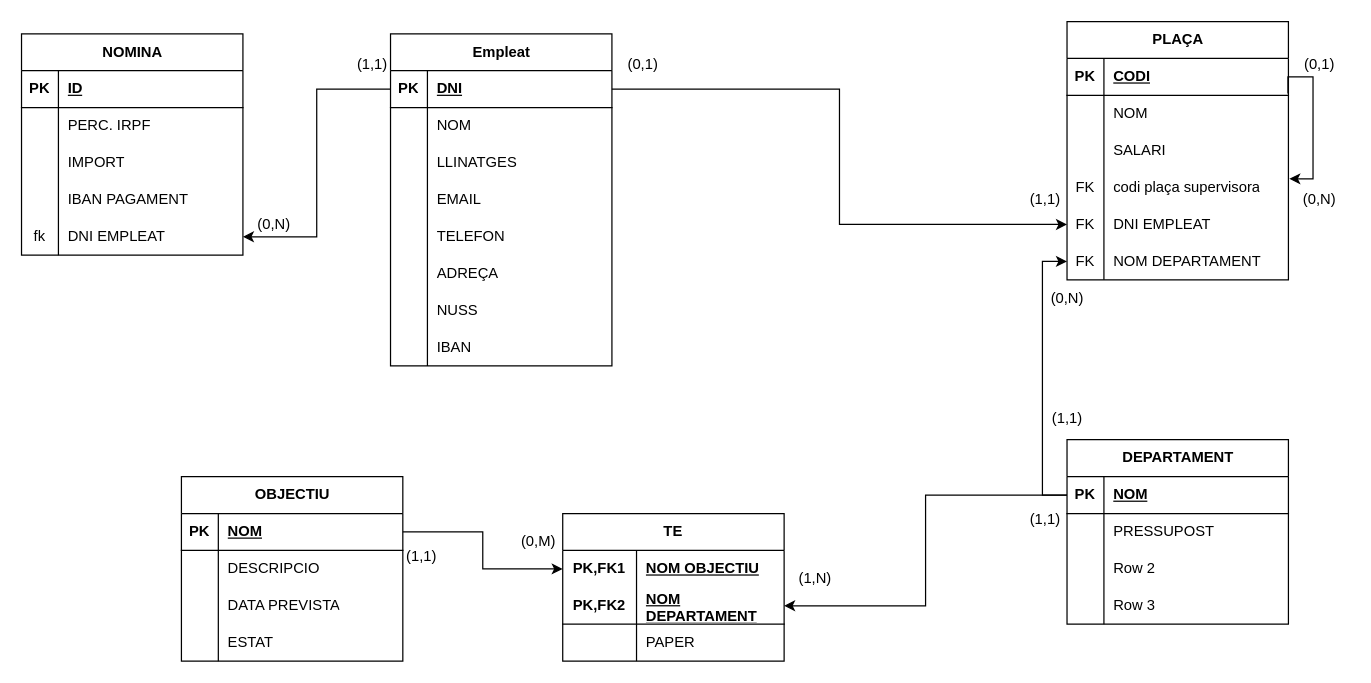
Shakespeare4/Classwork_1st_year keeps this draw.io diagram as Diagramas/relacional_plaça.drawio. Above is the earlier version. Source tidied: cells renumbered, new cells numbered last; positions are measured from the earlier drawing's top-left corner, leaving out a move shared by most shapes. Both pictures are drawn from the tidied source at 123%, with x=0, y=0 at pixel (21, 21).
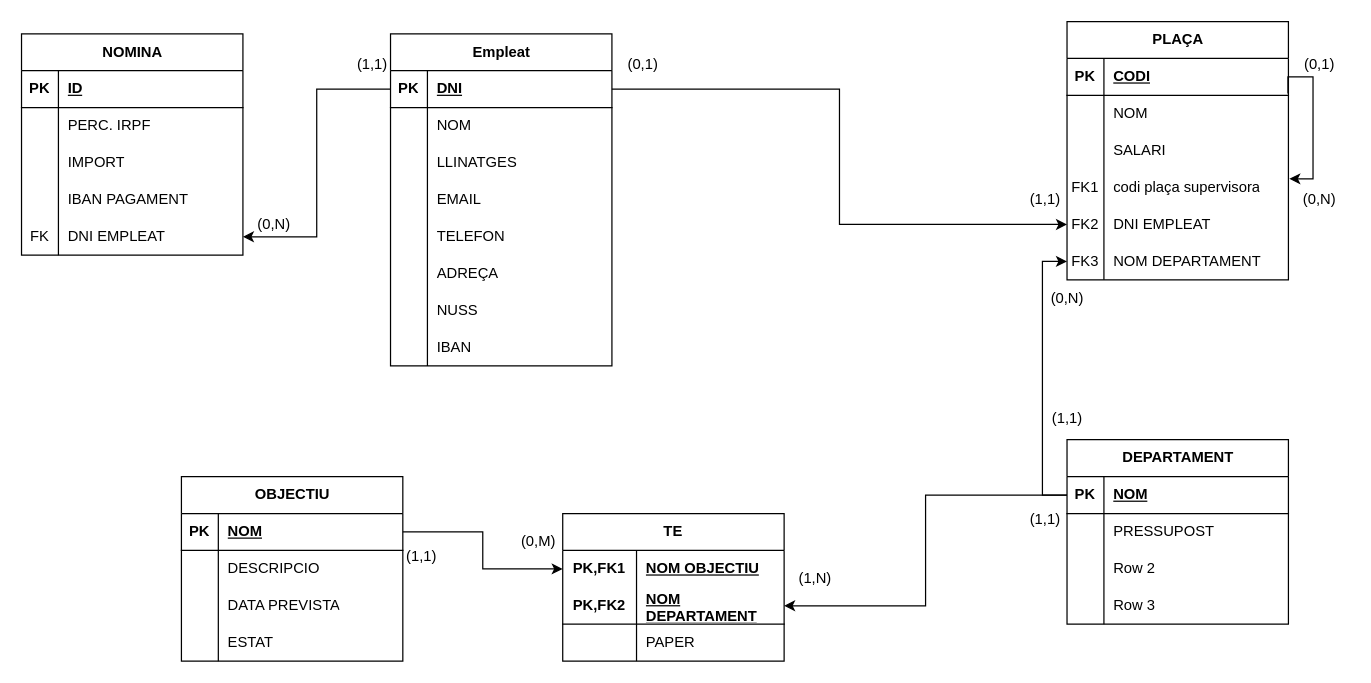
Above is the later version.

The change refers to these unchanged cells:
```xml
<mxCell id="41" style="shape=tableRow;horizontal=0;startSize=0;swimlaneHead=0;swimlaneBody=0;fillColor=none;points=[[0,0.5],[1,0.5]];portConstraint=eastwest;top=0;left=0;right=0;bottom=0;" parent="28" vertex="1">
  <mxGeometry y="150" width="180" height="30" as="geometry" />
</mxCell>
<mxCell id="55" style="shape=tableRow;horizontal=0;startSize=0;swimlaneHead=0;swimlaneBody=0;fillColor=none;points=[[0,0.5],[1,0.5]];portConstraint=eastwest;top=0;left=0;right=0;bottom=0;" parent="45" vertex="1">
  <mxGeometry y="120" width="180" height="30" as="geometry" />
</mxCell>
<mxCell id="58" style="shape=tableRow;horizontal=0;startSize=0;swimlaneHead=0;swimlaneBody=0;fillColor=none;points=[[0,0.5],[1,0.5]];portConstraint=eastwest;top=0;left=0;right=0;bottom=0;" parent="45" vertex="1">
  <mxGeometry y="150" width="180" height="30" as="geometry" />
</mxCell>
<mxCell id="61" style="shape=tableRow;horizontal=0;startSize=0;swimlaneHead=0;swimlaneBody=0;fillColor=none;points=[[0,0.5],[1,0.5]];portConstraint=eastwest;top=0;left=0;right=0;bottom=0;" parent="45" vertex="1">
  <mxGeometry y="180" width="180" height="30" as="geometry" />
</mxCell>
```

Diff of the diagram source:
```diff
@@
-    <mxCell id="42" value="fk" style="shape=partialRectangle;fillColor=none;top=0;left=0;bottom=0;right=0;overflow=hidden;whiteSpace=wrap;html=1;" parent="41" vertex="1">
+    <mxCell id="42" value="FK" style="shape=partialRectangle;fillColor=none;top=0;left=0;bottom=0;right=0;overflow=hidden;whiteSpace=wrap;html=1;" parent="41" vertex="1">
       <mxGeometry width="30" height="30" as="geometry" />
     </mxCell>
@@
-    <mxCell id="56" value="FK" style="shape=partialRectangle;fillColor=none;top=0;left=0;bottom=0;right=0;overflow=hidden;whiteSpace=wrap;html=1;" parent="55" vertex="1">
+    <mxCell id="56" value="FK1" style="shape=partialRectangle;fillColor=none;top=0;left=0;bottom=0;right=0;overflow=hidden;whiteSpace=wrap;html=1;" parent="55" vertex="1">
       <mxGeometry width="30" height="30" as="geometry" />
     </mxCell>
@@
-    <mxCell id="59" value="FK" style="shape=partialRectangle;fillColor=none;top=0;left=0;bottom=0;right=0;overflow=hidden;whiteSpace=wrap;html=1;" parent="58" vertex="1">
+    <mxCell id="59" value="FK2" style="shape=partialRectangle;fillColor=none;top=0;left=0;bottom=0;right=0;overflow=hidden;whiteSpace=wrap;html=1;" parent="58" vertex="1">
       <mxGeometry width="30" height="30" as="geometry" />
     </mxCell>
@@
-    <mxCell id="62" value="FK" style="shape=partialRectangle;fillColor=none;top=0;left=0;bottom=0;right=0;overflow=hidden;whiteSpace=wrap;html=1;" parent="61" vertex="1">
+    <mxCell id="62" value="FK3" style="shape=partialRectangle;fillColor=none;top=0;left=0;bottom=0;right=0;overflow=hidden;whiteSpace=wrap;html=1;" parent="61" vertex="1">
       <mxGeometry width="30" height="30" as="geometry" />
     </mxCell>
```
